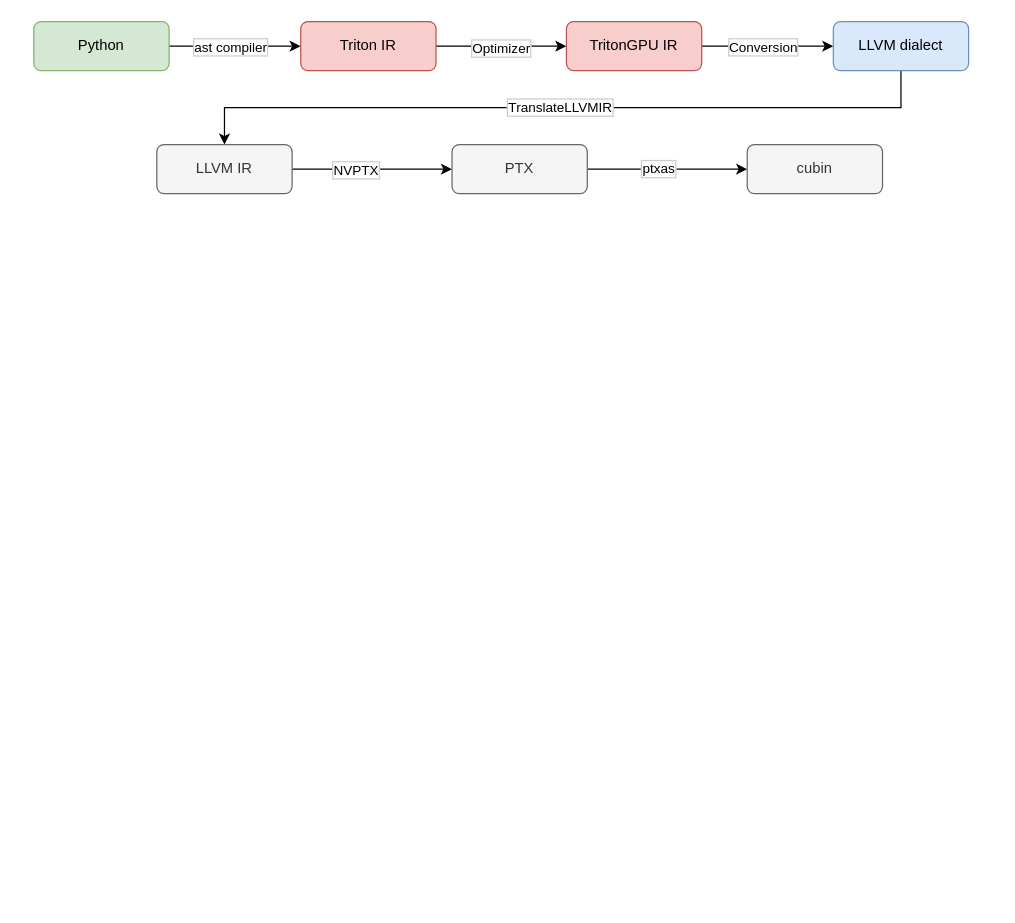
Above: triton-introduction.drawio in Superjomn/_tmp_images (draw.io), before the change. Source tidied: cells renumbered, new cells numbered last; positions are measured from the earlier drawing's top-left corner, leaving out a move shared by most shapes. Both pictures are drawn from the tidied source at 123%, with x=0, y=0 at pixel (33, 21).
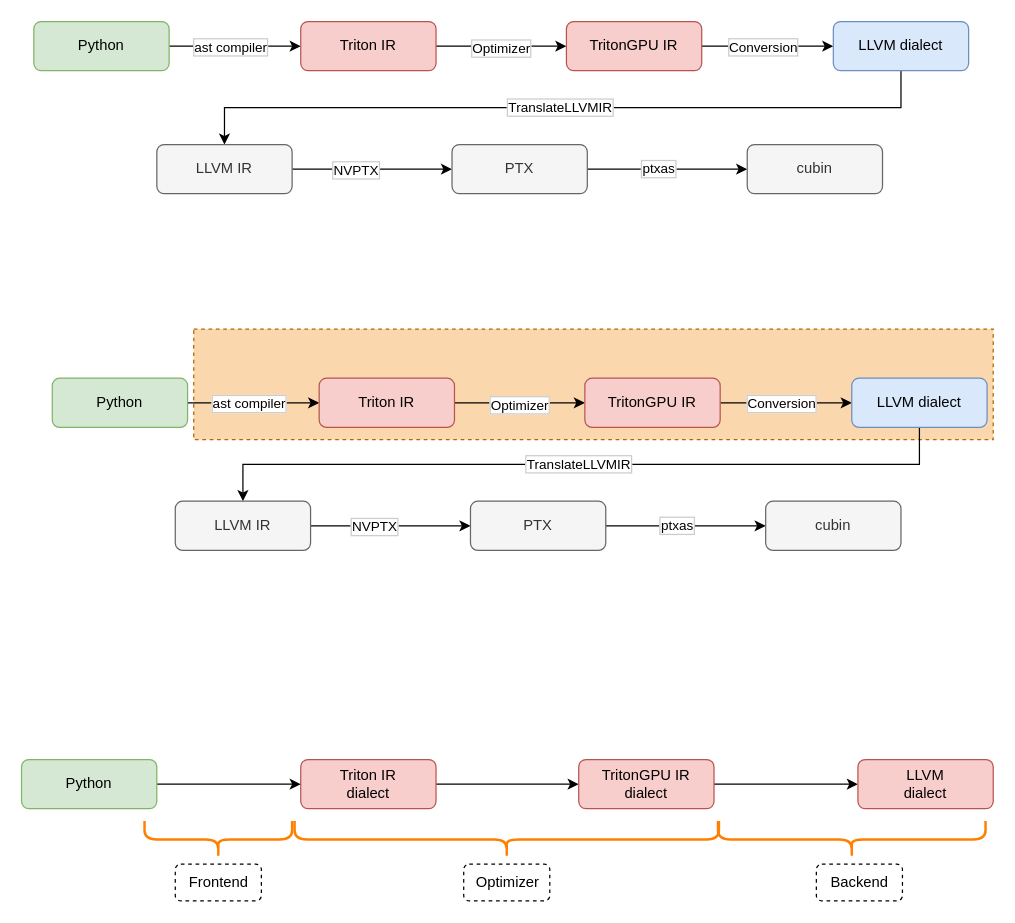
After the change.

Diff of the diagram source:
```diff
@@
+    <mxCell id="21" style="rounded=0;whiteSpace=wrap;html=1;labelBorderColor=#CCCCCC;dashed=1;strokeColor=#b46504;fillColor=#fad7ac;" parent="1" vertex="1">
+      <mxGeometry x="130" y="250" width="650" height="90" as="geometry" />
+    </mxCell>
@@
+    <mxCell id="22" style="edgeStyle=orthogonalEdgeStyle;rounded=0;jettySize=auto;html=1;" parent="1" edge="1" source="24" target="27">
+      <mxGeometry relative="1" as="geometry" />
+    </mxCell>
+    <mxCell id="23" value="ast compiler" style="edgeLabel;html=1;align=center;verticalAlign=middle;labelBorderColor=#CCCCCC;" parent="22" vertex="1">
+      <mxGeometry x="-0.14" relative="1" as="geometry">
+        <mxPoint x="3" as="offset" />
+      </mxGeometry>
+    </mxCell>
+    <mxCell id="24" value="Python" style="rounded=1;whiteSpace=wrap;html=1;fillColor=#d5e8d4;strokeColor=#82b366;" parent="1" vertex="1">
+      <mxGeometry x="15" y="290" width="110" height="40" as="geometry" />
+    </mxCell>
+    <mxCell id="25" style="edgeStyle=orthogonalEdgeStyle;rounded=0;jettySize=auto;html=1;" parent="1" edge="1" source="27" target="30">
+      <mxGeometry relative="1" as="geometry" />
+    </mxCell>
+    <mxCell id="26" value="Optimizer" style="edgeLabel;html=1;align=center;verticalAlign=middle;labelBorderColor=#CCCCCC;" parent="25" vertex="1">
+      <mxGeometry x="-0.02" y="-1" relative="1" as="geometry" />
+    </mxCell>
+    <mxCell id="27" value="Triton IR" style="rounded=1;whiteSpace=wrap;html=1;fillColor=#f8cecc;strokeColor=#b85450;" parent="1" vertex="1">
+      <mxGeometry x="232" y="290" width="110" height="40" as="geometry" />
+    </mxCell>
+    <mxCell id="28" style="edgeStyle=orthogonalEdgeStyle;rounded=0;jettySize=auto;html=1;" parent="1" edge="1" source="30" target="33">
+      <mxGeometry relative="1" as="geometry" />
+    </mxCell>
+    <mxCell id="29" value="Conversion" style="edgeLabel;html=1;align=center;verticalAlign=middle;labelBorderColor=#CCCCCC;" parent="28" vertex="1">
+      <mxGeometry x="-0.08" relative="1" as="geometry" />
+    </mxCell>
+    <mxCell id="30" value="TritonGPU IR" style="rounded=1;whiteSpace=wrap;html=1;fillColor=#f8cecc;strokeColor=#b85450;" parent="1" vertex="1">
+      <mxGeometry x="448" y="290" width="110" height="40" as="geometry" />
+    </mxCell>
+    <mxCell id="31" style="edgeStyle=orthogonalEdgeStyle;rounded=0;jettySize=auto;html=1;exitX=0.5;exitY=1;exitDx=0;exitDy=0;entryX=0.5;entryY=0;entryDx=0;entryDy=0;" parent="1" edge="1" source="33" target="36">
+      <mxGeometry relative="1" as="geometry" />
+    </mxCell>
+    <mxCell id="32" value="TranslateLLVMIR" style="edgeLabel;html=1;align=center;verticalAlign=middle;labelBorderColor=#CCCCCC;" parent="31" vertex="1">
+      <mxGeometry x="0.01" y="-1" relative="1" as="geometry" />
+    </mxCell>
+    <mxCell id="33" value="LLVM dialect" style="rounded=1;whiteSpace=wrap;html=1;fillColor=#dae8fc;strokeColor=#6c8ebf;" parent="1" vertex="1">
+      <mxGeometry x="665" y="290" width="110" height="40" as="geometry" />
+    </mxCell>
+    <mxCell id="34" style="edgeStyle=orthogonalEdgeStyle;rounded=0;jettySize=auto;html=1;" parent="1" edge="1" source="36" target="39">
+      <mxGeometry relative="1" as="geometry" />
+    </mxCell>
+    <mxCell id="35" value="NVPTX" style="edgeLabel;html=1;align=center;verticalAlign=middle;labelBorderColor=#CCCCCC;" parent="34" vertex="1">
+      <mxGeometry x="-0.22" relative="1" as="geometry" />
+    </mxCell>
+    <mxCell id="36" value="LLVM IR" style="rounded=1;whiteSpace=wrap;html=1;fillColor=#f5f5f5;fontColor=#333333;strokeColor=#666666;" parent="1" vertex="1">
+      <mxGeometry x="115" y="390" width="110" height="40" as="geometry" />
+    </mxCell>
+    <mxCell id="37" style="edgeStyle=orthogonalEdgeStyle;rounded=0;jettySize=auto;html=1;" parent="1" edge="1" source="39" target="40">
+      <mxGeometry relative="1" as="geometry" />
+    </mxCell>
+    <mxCell id="38" value="ptxas" style="edgeLabel;html=1;align=center;verticalAlign=middle;labelBorderColor=#CCCCCC;" parent="37" vertex="1">
+      <mxGeometry x="-0.12" y="1" relative="1" as="geometry" />
+    </mxCell>
+    <mxCell id="39" value="PTX" style="rounded=1;whiteSpace=wrap;html=1;fillColor=#f5f5f5;fontColor=#333333;strokeColor=#666666;" parent="1" vertex="1">
+      <mxGeometry x="355" y="390" width="110" height="40" as="geometry" />
+    </mxCell>
+    <mxCell id="40" value="cubin" style="rounded=1;whiteSpace=wrap;html=1;fillColor=#f5f5f5;fontColor=#333333;strokeColor=#666666;" parent="1" vertex="1">
+      <mxGeometry x="595" y="390" width="110" height="40" as="geometry" />
+    </mxCell>
+    <mxCell id="41" style="edgeStyle=orthogonalEdgeStyle;rounded=0;jettySize=auto;html=1;exitX=1;exitY=0.5;exitDx=0;exitDy=0;entryX=0;entryY=0.5;entryDx=0;entryDy=0;" parent="1" edge="1" source="42" target="46">
+      <mxGeometry relative="1" as="geometry" />
+    </mxCell>
+    <mxCell id="42" value="Triton IR&lt;br&gt;dialect" style="rounded=1;whiteSpace=wrap;html=1;fillColor=#f8cecc;strokeColor=#b85450;" parent="1" vertex="1">
+      <mxGeometry x="217" y="600" width="110" height="40" as="geometry" />
+    </mxCell>
+    <mxCell id="43" style="edgeStyle=orthogonalEdgeStyle;rounded=0;jettySize=auto;html=1;exitX=1;exitY=0.5;exitDx=0;exitDy=0;" parent="1" edge="1" source="44" target="42">
+      <mxGeometry relative="1" as="geometry" />
+    </mxCell>
+    <mxCell id="44" value="Python" style="rounded=1;whiteSpace=wrap;html=1;fillColor=#d5e8d4;strokeColor=#82b366;" parent="1" vertex="1">
+      <mxGeometry x="-10" y="600" width="110" height="40" as="geometry" />
+    </mxCell>
+    <mxCell id="45" style="edgeStyle=orthogonalEdgeStyle;rounded=0;jettySize=auto;html=1;exitX=1;exitY=0.5;exitDx=0;exitDy=0;" parent="1" edge="1" source="46" target="47">
+      <mxGeometry relative="1" as="geometry" />
+    </mxCell>
+    <mxCell id="46" value="TritonGPU IR&lt;br&gt;dialect" style="rounded=1;whiteSpace=wrap;html=1;fillColor=#f8cecc;strokeColor=#b85450;" parent="1" vertex="1">
+      <mxGeometry x="443" y="600" width="110" height="40" as="geometry" />
+    </mxCell>
+    <mxCell id="47" value="LLVM&lt;br&gt;dialect" style="rounded=1;whiteSpace=wrap;html=1;fillColor=#f8cecc;strokeColor=#b85450;" parent="1" vertex="1">
+      <mxGeometry x="670" y="600" width="110" height="40" as="geometry" />
+    </mxCell>
+    <mxCell id="48" style="shape=curlyBracket;whiteSpace=wrap;html=1;rounded=1;labelPosition=left;verticalLabelPosition=middle;align=right;verticalAlign=middle;labelBorderColor=#CCCCCC;strokeColor=#FF8000;rotation=-90;strokeWidth=2;" parent="1" vertex="1">
+      <mxGeometry x="135" y="605" width="30" height="120" as="geometry" />
+    </mxCell>
+    <mxCell id="49" style="shape=curlyBracket;whiteSpace=wrap;html=1;rounded=1;labelPosition=left;verticalLabelPosition=middle;align=right;verticalAlign=middle;labelBorderColor=#CCCCCC;strokeColor=#FF8000;rotation=-90;strokeWidth=2;" parent="1" vertex="1">
+      <mxGeometry x="369.5" y="492.5" width="30" height="345" as="geometry" />
+    </mxCell>
+    <mxCell id="50" style="shape=curlyBracket;whiteSpace=wrap;html=1;rounded=1;labelPosition=left;verticalLabelPosition=middle;align=right;verticalAlign=middle;labelBorderColor=#CCCCCC;strokeColor=#FF8000;rotation=-90;strokeWidth=2;" parent="1" vertex="1">
+      <mxGeometry x="650" y="556.2" width="30" height="217.5" as="geometry" />
+    </mxCell>
+    <mxCell id="51" value="Frontend" style="text;html=1;align=center;verticalAlign=middle;strokeColor=default;fillColor=none;rounded=1;dashed=1;" parent="1" vertex="1">
+      <mxGeometry x="115" y="685" width="70" height="30" as="geometry" />
+    </mxCell>
+    <mxCell id="52" value="Optimizer" style="text;html=1;align=center;verticalAlign=middle;strokeColor=default;fillColor=none;rounded=1;dashed=1;" parent="1" vertex="1">
+      <mxGeometry x="349.5" y="685" width="70" height="30" as="geometry" />
+    </mxCell>
+    <mxCell id="53" value="Backend" style="text;html=1;align=center;verticalAlign=middle;strokeColor=default;fillColor=none;rounded=1;dashed=1;" parent="1" vertex="1">
+      <mxGeometry x="636.2" y="685" width="70" height="30" as="geometry" />
+    </mxCell>
```
